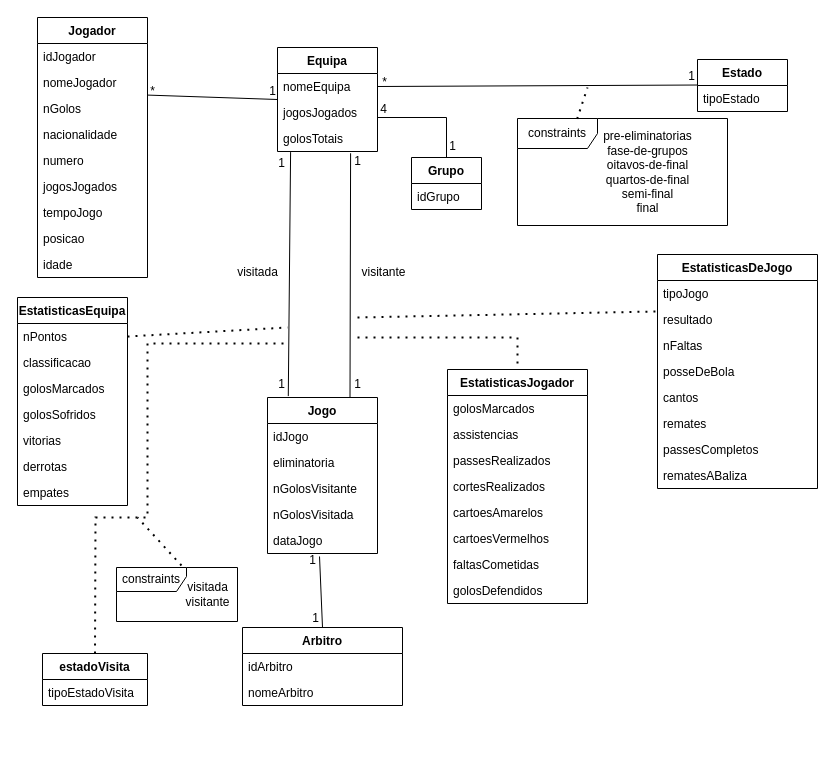
The draw.io diagram diagrama bonito.drawio in dratomitoma/BD, before the edit. Source tidied: cells renumbered, new cells numbered last; positions are measured from the earlier drawing's top-left corner, leaving out a move shared by most shapes. Both pictures are drawn from the tidied source at 100%, with x=0, y=0 at pixel (17, 17).
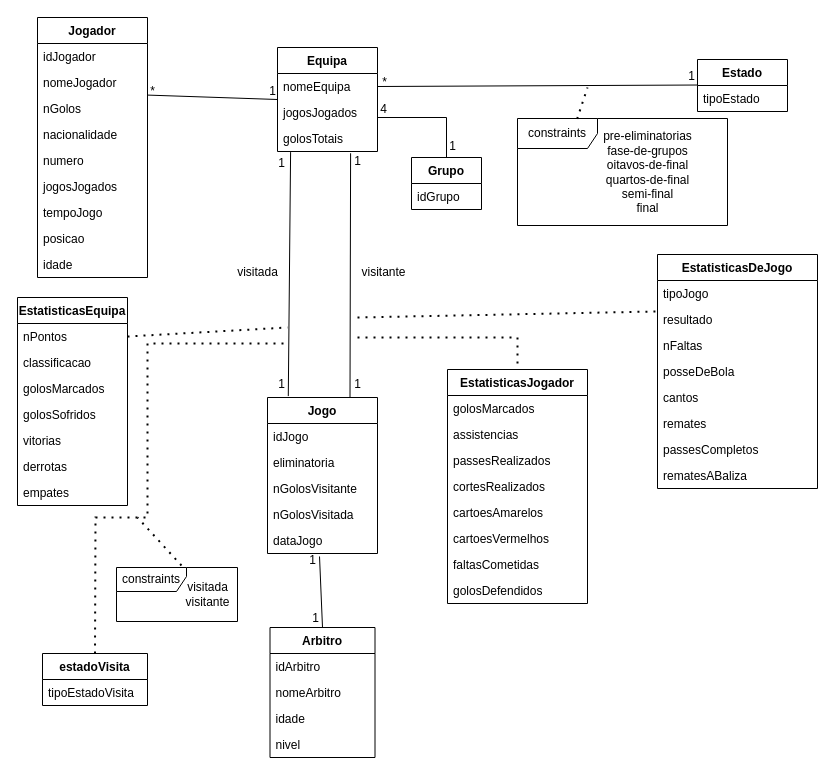
The same diagram, later.

Diff of the diagram source:
```diff
@@
     <mxCell id="75" value="Arbitro" style="swimlane;fontStyle=1;align=center;verticalAlign=top;horizontal=1;startSize=26;" parent="1" vertex="1">
-      <mxGeometry x="225" y="610" width="160" height="78" as="geometry" />
+      <mxGeometry x="252.5" y="610" width="105" height="130" as="geometry" />
     </mxCell>
     <mxCell id="76" value="idArbitro" style="text;strokeColor=none;fillColor=none;align=left;verticalAlign=top;spacingLeft=4;spacingRight=4;overflow=hidden;" parent="75" vertex="1">
-      <mxGeometry y="26" width="160" height="26" as="geometry" />
+      <mxGeometry y="26" width="105" height="26" as="geometry" />
     </mxCell>
     <mxCell id="77" value="nomeArbitro" style="text;strokeColor=none;fillColor=none;align=left;verticalAlign=top;spacingLeft=4;spacingRight=4;overflow=hidden;" parent="75" vertex="1">
-      <mxGeometry y="52" width="160" height="26" as="geometry" />
+      <mxGeometry y="52" width="105" height="26" as="geometry" />
     </mxCell>
+    <mxCell id="87" value="idade" style="text;strokeColor=none;fillColor=none;align=left;verticalAlign=top;spacingLeft=4;spacingRight=4;overflow=hidden;" parent="75" vertex="1">
+      <mxGeometry y="78" width="105" height="26" as="geometry" />
+    </mxCell>
+    <mxCell id="88" value="nivel" style="text;strokeColor=none;fillColor=none;align=left;verticalAlign=top;spacingLeft=4;spacingRight=4;overflow=hidden;" parent="75" vertex="1">
+      <mxGeometry y="104" width="105" height="26" as="geometry" />
+    </mxCell>
```
